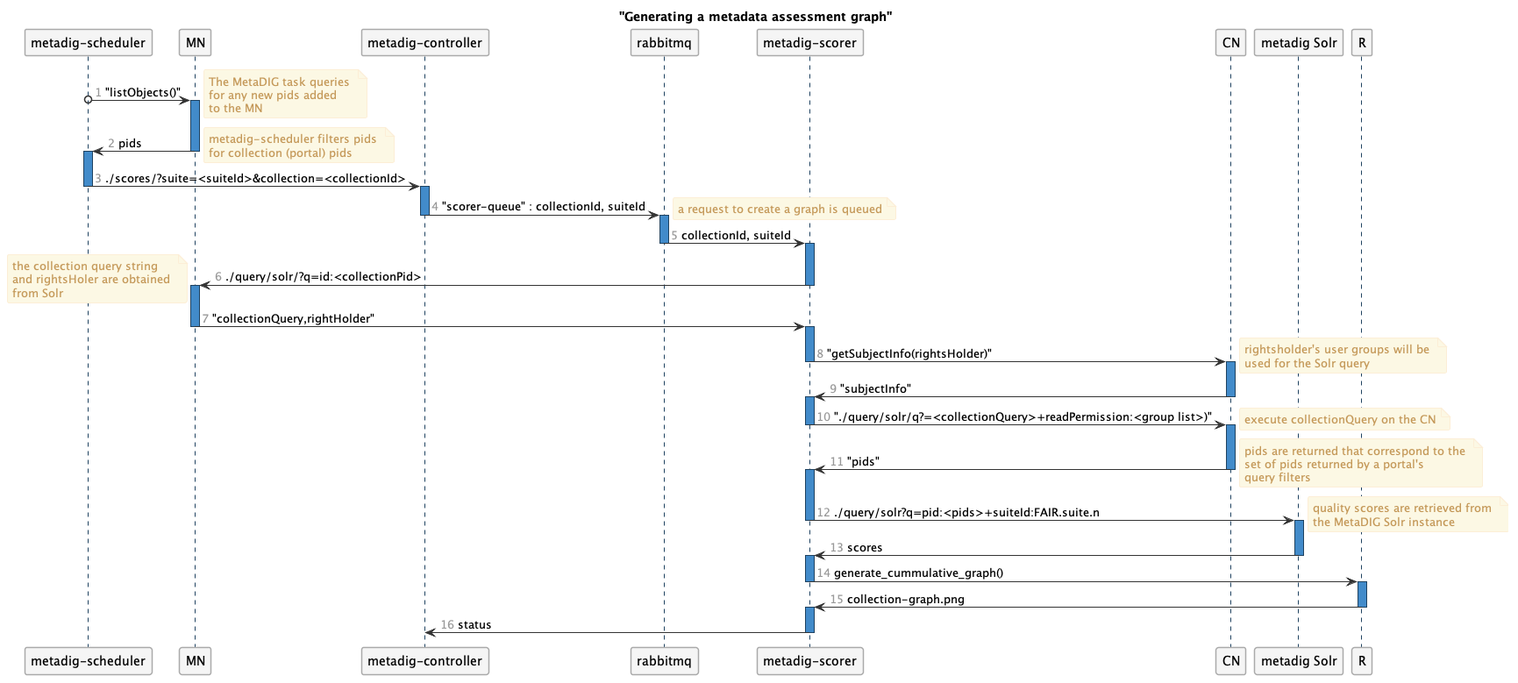
Earlier version of the PlantUML export docs/images/generate-metadata-assessment-graph.png (NCEAS/metadig-engine).
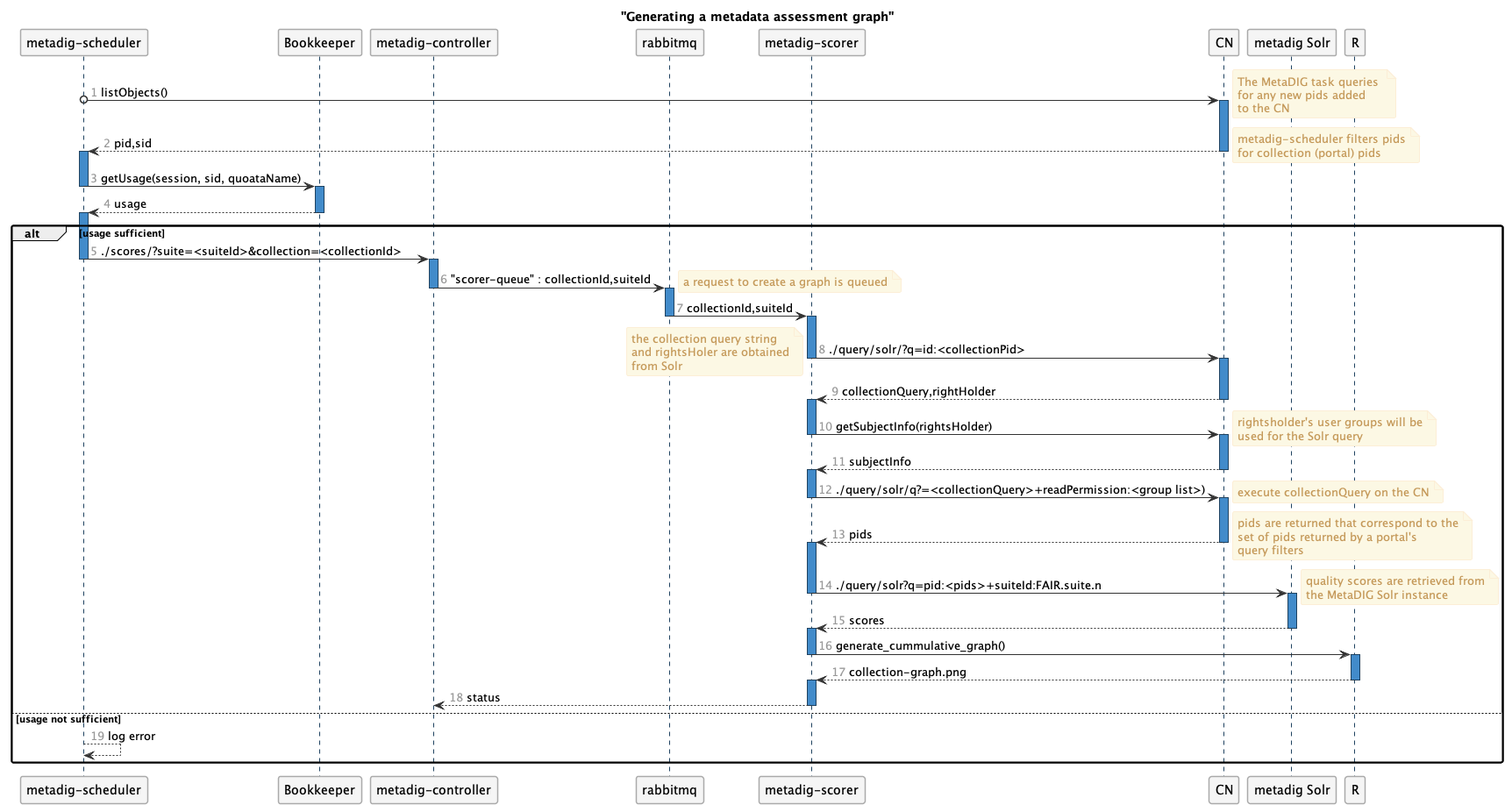
Above is the later version.

Commit message:
Add bookkeeper 'getUsage', update line styles, format source

The edit, as a diff of the source:
```diff
@@ -44,7 +44,7 @@
 autonumber "<font color=999999>"
 title "Generating a metadata assessment graph"
 participant "metadig-scheduler"
-participant MN
+participant Bookkeeper
 participant "metadig-controller"
 participant "rabbitmq"
 participant "metadig-scorer"
@@ -52,108 +52,115 @@
 participant "metadig Solr"
 participant R
 
-"metadig-scheduler"  o-> MN : "listObjects()"
+"metadig-scheduler"  o-> CN : listObjects()
     note right
         The MetaDIG task queries
         for any new pids added
-        to the MN
+        to the CN
     end note
-    activate MN
-    MN -> "metadig-scheduler" : pids
-    deactivate MN
+    activate CN
+    CN --> "metadig-scheduler" : pid,sid
+    deactivate CN
+
+activate "metadig-scheduler"
+    note right
+        metadig-scheduler filters pids
+        for collection (portal) pids
+    end note
+
+    "metadig-scheduler" -> Bookkeeper : getUsage(session, sid, quoataName)
+deactivate "metadig-scheduler"
+
+activate Bookkeeper
+    "Bookkeeper" --> "metadig-scheduler" : usage
+deactivate Bookkeeper
+
+alt usage sufficient
+
     activate "metadig-scheduler"
+        "metadig-scheduler" -> "metadig-controller" : ./scores/?suite=<suiteId>&collection=<collectionId>
+    deactivate "metadig-scheduler"
+
+    activate "metadig-controller"
+        "metadig-controller" -> rabbitmq : "scorer-queue" : collectionId,suiteId
+    deactivate "metadig-controller"
+
+    activate rabbitmq
+        note right
+            a request to create a graph is queued
+        end note
+
+        rabbitmq -> "metadig-scorer" : collectionId,suiteId
+    deactivate rabbitmq
+
+    activate "metadig-scorer"
+        "metadig-scorer" -> CN : ./query/solr/?q=id:<collectionPid>
+        note left
+            the collection query string
+            and rightsHoler are obtained
+            from Solr
+        end note
+    deactivate "metadig-scorer"
+
+    activate "CN"
+        CN --> "metadig-scorer" : collectionQuery,rightHolder
+    deactivate CN
+
+    activate "metadig-scorer"
+        "metadig-scorer" -> CN : getSubjectInfo(rightsHolder)
+    deactivate "metadig-scorer"
+
+    activate CN
+        note right
+            rightsholder's user groups will be
+            used for the Solr query
+        end note
+        CN --> "metadig-scorer" : subjectInfo
+    deactivate CN
+
+    activate "metadig-scorer"
+        "metadig-scorer" -> CN : ./query/solr/q?=<collectionQuery>+readPermission:<group list>)
+    deactivate "metadig-scorer"
 
     note right
-            metadig-scheduler filters pids
-            for collection (portal) pids
+        execute collectionQuery on the CN
     end note
 
+    activate CN
+        CN --> "metadig-scorer" : pids
+    deactivate CN
 
-"metadig-scheduler" -> "metadig-controller" : ./scores/?suite=<suiteId>&collection=<collectionId>
-deactivate "metadig-scheduler"
+    activate "metadig-scorer"
+        note right
+            pids are returned that correspond to the
+            set of pids returned by a portal's
+            query filters
+        end note
+        "metadig-scorer" -> "metadig Solr" : ./query/solr?q=pid:<pids>+suiteId:FAIR.suite.n
+    deactivate "metadig-scorer"
 
-activate "metadig-controller"
+    activate "metadig Solr"
+        note right
+            quality scores are retrieved from
+            the MetaDIG Solr instance
+        end note
+        "metadig Solr" --> "metadig-scorer" : scores
+    deactivate "metadig Solr"
 
-"metadig-controller" -> rabbitmq : "scorer-queue" : collectionId, suiteId
-deactivate "metadig-controller"
+    activate "metadig-scorer"
+        "metadig-scorer" -> R : generate_cummulative_graph()
+    deactivate "metadig-scorer"
 
-activate rabbitmq
-    note right
-        a request to create a graph is queued
-    end note
+    activate R
+        R --> "metadig-scorer" : collection-graph.png
+    deactivate R
 
-rabbitmq -> "metadig-scorer" : collectionId, suiteId
-deactivate rabbitmq
+    activate "metadig-scorer"
+        "metadig-scorer" --> "metadig-controller" : status
+    deactivate "metadig-scorer"
 
-activate "metadig-scorer"
-"metadig-scorer" -> MN : ./query/solr/?q=id:<collectionPid>
-note left
-    the collection query string
-    and rightsHoler are obtained
-    from Solr
-end note
-
-deactivate "metadig-scorer"
-activate "MN"
-
-MN -> "metadig-scorer" : "collectionQuery,rightHolder"
-deactivate MN
-activate "metadig-scorer"
-
-"metadig-scorer" -> CN : "getSubjectInfo(rightsHolder)"
-deactivate "metadig-scorer"
-
-activate CN
-    note right
-        rightsholder's user groups will be
-        used for the Solr query
-    end note
-    CN -> "metadig-scorer" : "subjectInfo"
-deactivate CN
-activate "metadig-scorer"
-"metadig-scorer" -> CN : "./query/solr/q?=<collectionQuery>+readPermission:<group list>)"
-deactivate "metadig-scorer"
-
-note right
-    execute collectionQuery on the CN
-end note
-
-activate CN
-
-CN -> "metadig-scorer" : "pids"
-deactivate CN
-activate "metadig-scorer"
-
-
-note right
-    pids are returned that correspond to the
-    set of pids returned by a portal's
-    query filters
-end note
-
-"metadig-scorer" -> "metadig Solr" : ./query/solr?q=pid:<pids>+suiteId:FAIR.suite.n
-deactivate "metadig-scorer"
-
-activate "metadig Solr"
-
-note right
-    quality scores are retrieved from
-    the MetaDIG Solr instance
-end note
-
-"metadig Solr" -> "metadig-scorer" : scores
-deactivate "metadig Solr"
-activate "metadig-scorer"
-
-"metadig-scorer" -> R : generate_cummulative_graph()
-deactivate "metadig-scorer"
-
-activate R
-R -> "metadig-scorer" : collection-graph.png
-deactivate R
-activate "metadig-scorer"
-
-"metadig-scorer" -> "metadig-controller" : status
-deactivate "metadig-scorer"
+else usage not sufficient
+        "metadig-scheduler" --> "metadig-scheduler" : log error
+end
 
 @enduml
```
